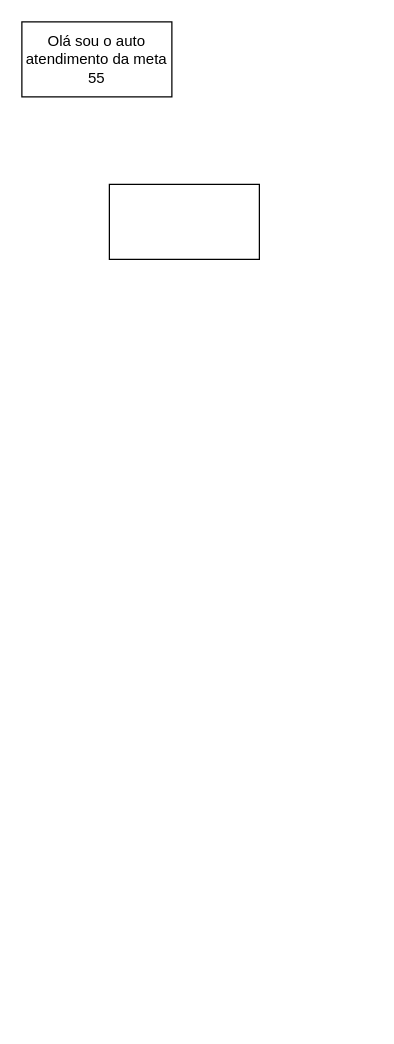
The draw.io diagram Untitled Diagram.drawio in SamuelvLopes/assents, before the edit. Source tidied: cells renumbered, new cells numbered last; positions are measured from the earlier drawing's top-left corner, leaving out a move shared by most shapes. Both pictures are drawn from the tidied source at 125%, with x=0, y=0 at pixel (21, 21).
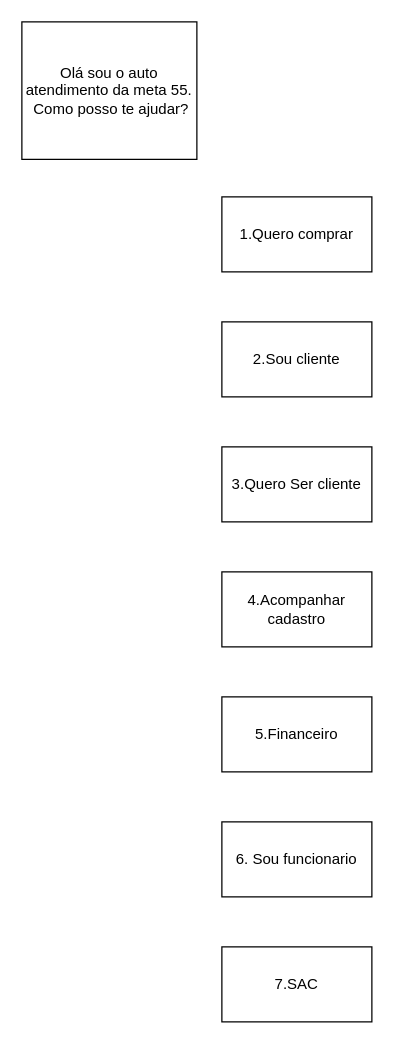
The same page after the edit.

What changed in the source:
```diff
@@
 <mxGraphModel>
   <root>
     <mxCell id="0" />
     <mxCell id="1" parent="0" />
-    <mxCell id="2" value="Olá sou o auto atendimento da meta 55" style="rounded=0;whiteSpace=wrap;html=1;" parent="1" vertex="1">
-      <mxGeometry width="120" height="60" as="geometry" />
+    <mxCell id="2" value="Olá sou o auto atendimento da meta 55.&lt;br&gt;&amp;nbsp;Como posso te ajudar?" style="rounded=0;whiteSpace=wrap;html=1;" parent="1" vertex="1">
+      <mxGeometry width="140" height="110" as="geometry" />
     </mxCell>
-    <mxCell id="3" style="rounded=0;whiteSpace=wrap;html=1;" parent="1" vertex="1">
-      <mxGeometry x="70" y="130" width="120" height="60" as="geometry" />
-    </mxCell>
+    <mxCell id="4" value="1.Quero comprar&lt;br&gt;" style="rounded=0;whiteSpace=wrap;html=1;" parent="1" vertex="1">
+      <mxGeometry x="160" y="140" width="120" height="60" as="geometry" />
+    </mxCell>
+    <mxCell id="5" value="2.Sou cliente&lt;br&gt;" style="rounded=0;whiteSpace=wrap;html=1;" parent="1" vertex="1">
+      <mxGeometry x="160" y="240" width="120" height="60" as="geometry" />
+    </mxCell>
+    <mxCell id="6" value="3.Quero Ser cliente&lt;br&gt;" style="rounded=0;whiteSpace=wrap;html=1;" parent="1" vertex="1">
+      <mxGeometry x="160" y="340" width="120" height="60" as="geometry" />
+    </mxCell>
+    <mxCell id="7" value="4.Acompanhar cadastro" style="rounded=0;whiteSpace=wrap;html=1;" parent="1" vertex="1">
+      <mxGeometry x="160" y="440" width="120" height="60" as="geometry" />
+    </mxCell>
+    <mxCell id="8" value="5.Financeiro" style="rounded=0;whiteSpace=wrap;html=1;" parent="1" vertex="1">
+      <mxGeometry x="160" y="540" width="120" height="60" as="geometry" />
+    </mxCell>
+    <mxCell id="9" value="6. Sou funcionario" style="rounded=0;whiteSpace=wrap;html=1;" parent="1" vertex="1">
+      <mxGeometry x="160" y="640" width="120" height="60" as="geometry" />
+    </mxCell>
+    <mxCell id="10" value="7.SAC" style="rounded=0;whiteSpace=wrap;html=1;" parent="1" vertex="1">
+      <mxGeometry x="160" y="740" width="120" height="60" as="geometry" />
+    </mxCell>
   </root>
 </mxGraphModel>
```
